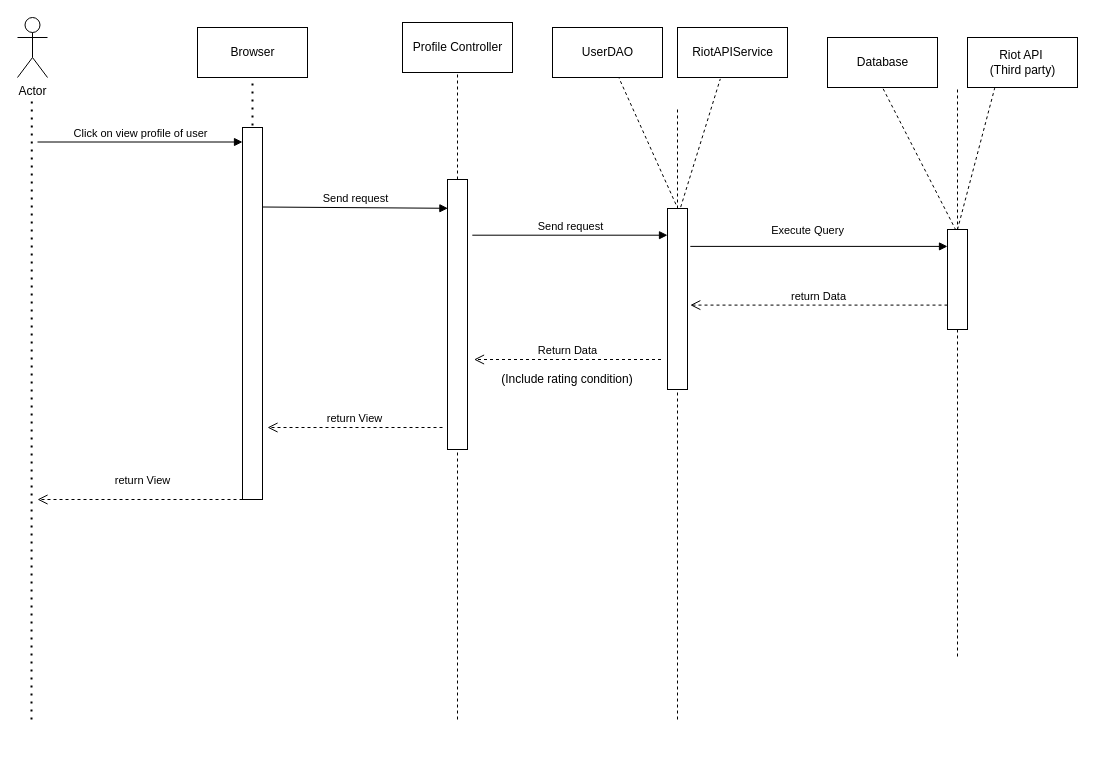
Before: Documentation/Diagrams/Sequence-Diagram/View-Profile-Sequence-Diagram.drawio in DavidDoanT/Project_DuoLegend, a draw.io diagram. Source tidied: cells renumbered, new cells numbered last; positions are measured from the earlier drawing's top-left corner, leaving out a move shared by most shapes. Both pictures are drawn from the tidied source at 100%, with x=0, y=0 at pixel (17, 17).
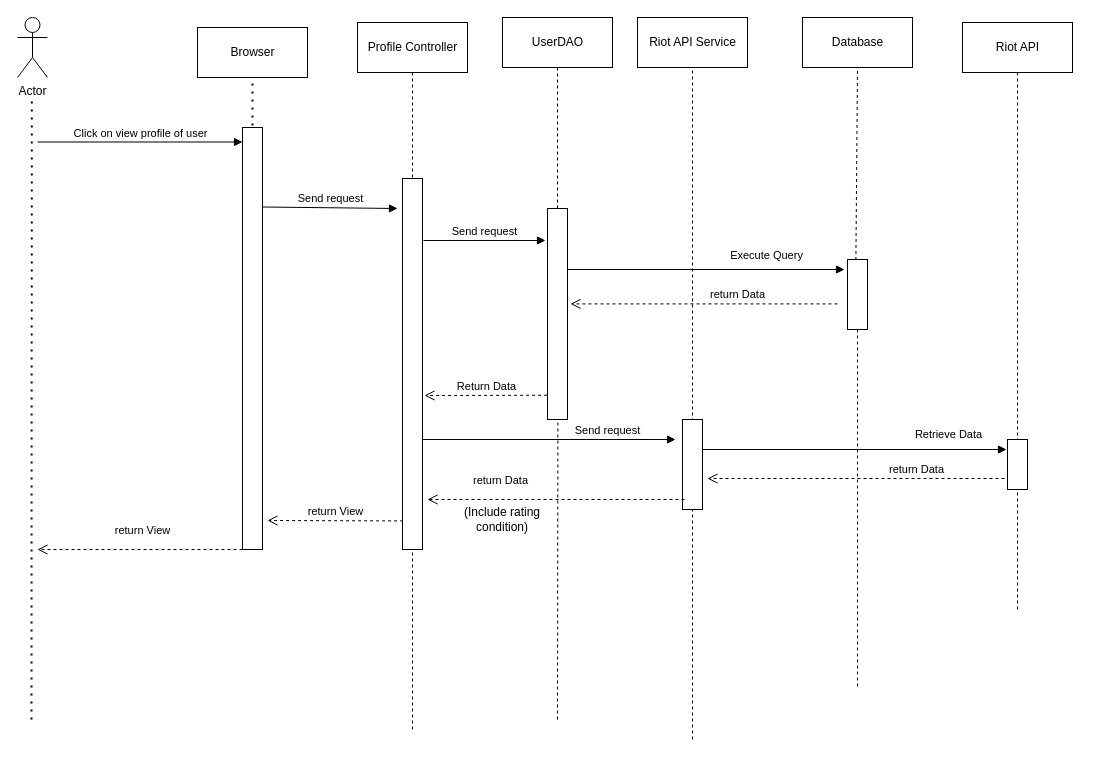
The same page after the edit.

Commit message (it also covers changes not shown here):
DFD (chua xong), test rating, some sequence

The edit, as a diff of the source:
```diff
@@
+    <mxCell id="33" style="endArrow=none;dashed=1;html=1;entryX=0.5;entryY=1;entryDx=0;entryDy=0;" parent="1" edge="1" target="38">
+      <mxGeometry relative="1" as="geometry">
+        <mxPoint x="1000" y="592" as="sourcePoint" />
+      </mxGeometry>
+    </mxCell>
@@
     <mxCell id="7" style="rounded=0;whiteSpace=wrap;html=1;" parent="1" vertex="1">
-      <mxGeometry x="225" y="110" width="20" height="372" as="geometry" />
+      <mxGeometry x="225" y="110" width="20" height="422" as="geometry" />
     </mxCell>
     <mxCell id="8" value="Profile Controller" style="html=1;" parent="1" vertex="1">
-      <mxGeometry x="385" y="5" width="110" height="50" as="geometry" />
+      <mxGeometry x="340" y="5" width="110" height="50" as="geometry" />
     </mxCell>
-    <mxCell id="9" value="Send request" style="html=1;verticalAlign=bottom;endArrow=block;entryX=0.02;entryY=0.085;entryDx=0;entryDy=0;entryPerimeter=0;" parent="1" edge="1">
+    <mxCell id="9" value="Send request" style="html=1;verticalAlign=bottom;endArrow=block;" parent="1" edge="1">
       <mxGeometry relative="1" as="geometry">
         <mxPoint x="245" y="189.5" as="sourcePoint" />
-        <mxPoint x="430.4" y="190.8" as="targetPoint" />
+        <mxPoint x="380" y="191" as="targetPoint" />
       </mxGeometry>
     </mxCell>
     <mxCell id="10" style="endArrow=none;dashed=1;html=1;entryX=0.5;entryY=1;entryDx=0;entryDy=0;" parent="1" edge="1" target="8">
       <mxGeometry relative="1" as="geometry">
-        <mxPoint x="440" y="702" as="sourcePoint" />
+        <mxPoint x="395" y="712" as="sourcePoint" />
       </mxGeometry>
     </mxCell>
-    <mxCell id="11" value="Send request" style="html=1;verticalAlign=bottom;endArrow=block;exitX=1.24;exitY=0.141;exitDx=0;exitDy=0;exitPerimeter=0;" parent="1" edge="1">
+    <mxCell id="11" value="Send request" style="html=1;verticalAlign=bottom;endArrow=block;" parent="1" edge="1">
       <mxGeometry relative="1" as="geometry">
-        <mxPoint x="454.8" y="217.7" as="sourcePoint" />
-        <mxPoint x="650" y="217.7" as="targetPoint" />
+        <mxPoint x="406" y="223" as="sourcePoint" />
+        <mxPoint x="528" y="223" as="targetPoint" />
       </mxGeometry>
     </mxCell>
-    <mxCell id="12" value="Execute Query" style="html=1;verticalAlign=bottom;endArrow=block;strokeWidth=1;exitX=1.14;exitY=0.108;exitDx=0;exitDy=0;exitPerimeter=0;" parent="1" edge="1" target="31">
-      <mxGeometry x="-0.09" y="7" relative="1" as="geometry">
-        <mxPoint x="672.8" y="228.9" as="sourcePoint" />
-      </mxGeometry>
-    </mxCell>
-    <mxCell id="13" value="Return Data" style="html=1;verticalAlign=bottom;endArrow=open;dashed=1;endSize=8;strokeWidth=1;" parent="1" edge="1">
+    <mxCell id="13" value="Return Data" style="html=1;verticalAlign=bottom;endArrow=open;dashed=1;endSize=8;strokeWidth=1;exitX=-0.02;exitY=0.885;exitDx=0;exitDy=0;exitPerimeter=0;" parent="1" edge="1" source="29">
       <mxGeometry relative="1" as="geometry">
-        <mxPoint x="643.5" y="342" as="sourcePoint" />
-        <mxPoint x="456.5" y="342" as="targetPoint" />
+        <mxPoint x="407" y="378" as="targetPoint" />
       </mxGeometry>
     </mxCell>
     <mxCell id="14" value="return View" style="html=1;verticalAlign=bottom;endArrow=open;dashed=1;endSize=8;strokeWidth=1;exitX=0;exitY=1;exitDx=0;exitDy=0;" parent="1" edge="1" source="7">
       <mxGeometry x="-0.02" y="-10" relative="1" as="geometry">
-        <mxPoint x="20" y="482" as="targetPoint" />
+        <mxPoint x="20" y="532" as="targetPoint" />
       </mxGeometry>
     </mxCell>
-    <mxCell id="15" value="return Data" style="html=1;verticalAlign=bottom;endArrow=open;dashed=1;endSize=8;entryX=1.14;entryY=0.271;entryDx=0;entryDy=0;entryPerimeter=0;" parent="1" edge="1" source="31">
-      <mxGeometry relative="1" as="geometry">
-        <mxPoint x="672.8" y="287.6" as="targetPoint" />
-      </mxGeometry>
-    </mxCell>
-    <mxCell id="16" value="return View" style="html=1;verticalAlign=bottom;endArrow=open;dashed=1;endSize=8;" parent="1" edge="1">
+    <mxCell id="16" value="return View" style="html=1;verticalAlign=bottom;endArrow=open;dashed=1;endSize=8;exitX=0.03;exitY=0.923;exitDx=0;exitDy=0;exitPerimeter=0;" parent="1" edge="1" source="28">
       <mxGeometry relative="1" as="geometry">
-        <mxPoint x="425" y="410" as="sourcePoint" />
-        <mxPoint x="250" y="410" as="targetPoint" />
+        <mxPoint x="250" y="503" as="targetPoint" />
       </mxGeometry>
     </mxCell>
     <mxCell id="17" value="UserDAO" style="html=1;" parent="1" vertex="1">
-      <mxGeometry x="535" y="10" width="110" height="50" as="geometry" />
+      <mxGeometry x="485" width="110" height="50" as="geometry" />
     </mxCell>
-    <mxCell id="18" style="endArrow=none;dashed=1;html=1;entryX=0.389;entryY=1.028;entryDx=0;entryDy=0;exitX=0.66;exitY=-0.001;exitDx=0;exitDy=0;exitPerimeter=0;entryPerimeter=0;" parent="1" edge="1" target="20">
-      <mxGeometry relative="1" as="geometry">
-        <mxPoint x="663.2" y="189.6" as="sourcePoint" />
-      </mxGeometry>
-    </mxCell>
-    <mxCell id="19" style="endArrow=none;dashed=1;html=1;exitX=0.42;exitY=-0.009;exitDx=0;exitDy=0;exitPerimeter=0;" parent="1" edge="1" target="17">
-      <mxGeometry relative="1" as="geometry">
-        <mxPoint x="658.4" y="186.8" as="sourcePoint" />
-      </mxGeometry>
+    <mxCell id="19" style="endArrow=none;dashed=1;html=1;" parent="1" edge="1" source="29" target="17">
+      <mxGeometry relative="1" as="geometry" />
     </mxCell>
-    <mxCell id="20" value="RiotAPIService" style="html=1;" parent="1" vertex="1">
-      <mxGeometry x="660" y="10" width="110" height="50" as="geometry" />
-    </mxCell>
-    <mxCell id="21" value="Riot API&amp;nbsp;&lt;br&gt;(Third party)" style="html=1;" parent="1" vertex="1">
-      <mxGeometry x="950" y="20" width="110" height="50" as="geometry" />
-    </mxCell>
     <mxCell id="22" value="Database" style="html=1;" parent="1" vertex="1">
-      <mxGeometry x="810" y="20" width="110" height="50" as="geometry" />
+      <mxGeometry x="785" width="110" height="50" as="geometry" />
     </mxCell>
-    <mxCell id="23" style="endArrow=none;dashed=1;html=1;entryX=0.429;entryY=1.012;entryDx=0;entryDy=0;entryPerimeter=0;" parent="1" edge="1">
-      <mxGeometry relative="1" as="geometry">
-        <mxPoint x="940" y="212" as="sourcePoint" />
-        <mxPoint x="977.2" y="70.6" as="targetPoint" />
-      </mxGeometry>
-    </mxCell>
@@
-    <mxCell id="25" style="endArrow=none;dashed=1;html=1;startArrow=none;" parent="1" edge="1" source="29">
-      <mxGeometry relative="1" as="geometry">
-        <mxPoint x="660" y="92" as="targetPoint" />
-      </mxGeometry>
-    </mxCell>
     <mxCell id="26" style="endArrow=none;dashed=1;html=1;startArrow=none;" parent="1" edge="1" source="31">
       <mxGeometry relative="1" as="geometry">
-        <mxPoint x="940" y="640" as="targetPoint" />
+        <mxPoint x="840" y="672" as="targetPoint" />
       </mxGeometry>
     </mxCell>
     <mxCell id="27" value="(Include rating condition)" style="text;html=1;strokeColor=none;fillColor=none;align=center;verticalAlign=middle;whiteSpace=wrap;rounded=0;" parent="1" vertex="1">
-      <mxGeometry x="455" y="352" width="190" height="20" as="geometry" />
+      <mxGeometry x="440" y="492" width="90" height="20" as="geometry" />
     </mxCell>
     <mxCell id="28" style="html=1;points=[];perimeter=orthogonalPerimeter;" parent="1" vertex="1">
-      <mxGeometry x="430" y="162" width="20" height="270" as="geometry" />
+      <mxGeometry x="385" y="161" width="20" height="371" as="geometry" />
     </mxCell>
     <mxCell id="29" style="html=1;points=[];perimeter=orthogonalPerimeter;" parent="1" vertex="1">
-      <mxGeometry x="650" y="191" width="20" height="181" as="geometry" />
+      <mxGeometry x="530" y="191" width="20" height="211" as="geometry" />
     </mxCell>
-    <mxCell id="30" style="endArrow=none;dashed=1;html=1;" parent="1" edge="1" target="29">
+    <mxCell id="30" style="endArrow=none;dashed=1;html=1;entryX=0.52;entryY=1.008;entryDx=0;entryDy=0;entryPerimeter=0;" parent="1" edge="1" target="29">
       <mxGeometry relative="1" as="geometry">
-        <mxPoint x="660" y="702" as="sourcePoint" />
+        <mxPoint x="540" y="702" as="sourcePoint" />
       </mxGeometry>
     </mxCell>
     <mxCell id="31" style="html=1;points=[];perimeter=orthogonalPerimeter;" parent="1" vertex="1">
-      <mxGeometry x="930" y="212" width="20" height="100" as="geometry" />
+      <mxGeometry x="830" y="242" width="20" height="70" as="geometry" />
     </mxCell>
-    <mxCell id="32" style="endArrow=none;dashed=1;html=1;" parent="1" edge="1" target="31">
-      <mxGeometry relative="1" as="geometry">
-        <mxPoint x="940" y="72" as="sourcePoint" />
-      </mxGeometry>
-    </mxCell>
+    <mxCell id="34" value="Riot API Service" style="html=1;" parent="1" vertex="1">
+      <mxGeometry x="620" width="110" height="50" as="geometry" />
+    </mxCell>
+    <mxCell id="35" style="endArrow=none;dashed=1;html=1;entryX=0.5;entryY=1;entryDx=0;entryDy=0;" parent="1" edge="1" target="34">
+      <mxGeometry relative="1" as="geometry">
+        <mxPoint x="675" y="722" as="sourcePoint" />
+      </mxGeometry>
+    </mxCell>
+    <mxCell id="36" value="Send request" style="html=1;verticalAlign=bottom;endArrow=block;" parent="1" edge="1">
+      <mxGeometry x="0.46" relative="1" as="geometry">
+        <mxPoint x="405" y="422" as="sourcePoint" />
+        <mxPoint x="658" y="422" as="targetPoint" />
+      </mxGeometry>
+    </mxCell>
+    <mxCell id="37" style="html=1;perimeter=orthogonalPerimeter;" parent="1" vertex="1">
+      <mxGeometry x="665" y="402" width="20" height="90" as="geometry" />
+    </mxCell>
+    <mxCell id="12" value="Execute Query" style="html=1;verticalAlign=bottom;endArrow=block;strokeWidth=1;" parent="1" edge="1">
+      <mxGeometry x="0.44" y="5" relative="1" as="geometry">
+        <mxPoint x="550" y="252" as="sourcePoint" />
+        <mxPoint x="827" y="252" as="targetPoint" />
+      </mxGeometry>
+    </mxCell>
+    <mxCell id="38" value="Riot API" style="html=1;" parent="1" vertex="1">
+      <mxGeometry x="945" y="5" width="110" height="50" as="geometry" />
+    </mxCell>
+    <mxCell id="39" style="html=1;perimeter=orthogonalPerimeter;" parent="1" vertex="1">
+      <mxGeometry x="990" y="422" width="20" height="50" as="geometry" />
+    </mxCell>
+    <mxCell id="40" value="Retrieve Data" style="html=1;verticalAlign=bottom;endArrow=block;strokeWidth=1;" parent="1" edge="1">
+      <mxGeometry x="0.62" y="6" relative="1" as="geometry">
+        <mxPoint x="685" y="432" as="sourcePoint" />
+        <mxPoint x="989" y="432" as="targetPoint" />
+      </mxGeometry>
+    </mxCell>
+    <mxCell id="41" value="return Data" style="html=1;verticalAlign=bottom;endArrow=open;dashed=1;endSize=8;" parent="1" edge="1">
+      <mxGeometry x="-0.41" relative="1" as="geometry">
+        <mxPoint x="987" y="461" as="sourcePoint" />
+        <mxPoint x="690" y="461" as="targetPoint" />
+      </mxGeometry>
+    </mxCell>
+    <mxCell id="15" value="return Data" style="html=1;verticalAlign=bottom;endArrow=open;dashed=1;endSize=8;" parent="1" edge="1">
+      <mxGeometry x="-0.25" relative="1" as="geometry">
+        <mxPoint x="820" y="286.4" as="sourcePoint" />
+        <mxPoint x="553" y="286.4" as="targetPoint" />
+      </mxGeometry>
+    </mxCell>
+    <mxCell id="42" value="return Data" style="html=1;verticalAlign=bottom;endArrow=open;dashed=1;endSize=8;" parent="1" edge="1">
+      <mxGeometry x="0.43" y="-10" relative="1" as="geometry">
+        <mxPoint x="667" y="482" as="sourcePoint" />
+        <mxPoint x="410" y="482" as="targetPoint" />
+      </mxGeometry>
+    </mxCell>
```
